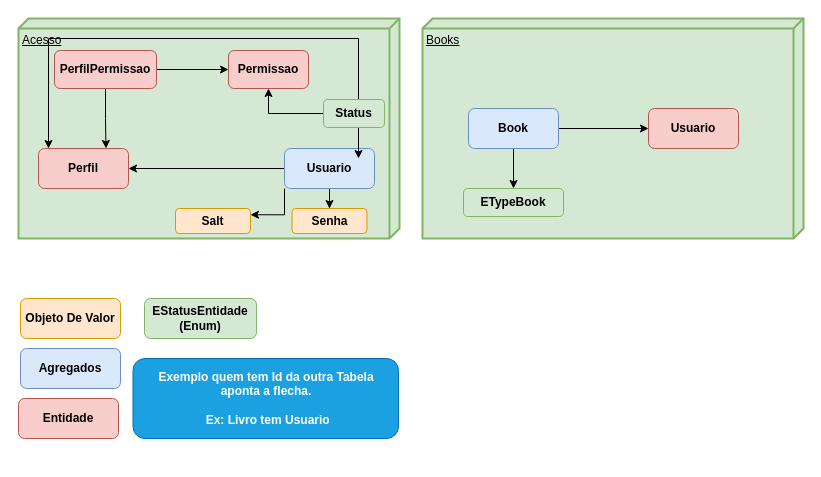
marcospascoski/write-book-backend keeps this draw.io diagram as files/ContextMap/Write-book DDD.drawio. Above is the earlier version. Source tidied: cells renumbered, new cells numbered last; positions are measured from the earlier drawing's top-left corner, leaving out a move shared by most shapes. Both pictures are drawn from the tidied source at 100%, with x=0, y=0 at pixel (18, 18).
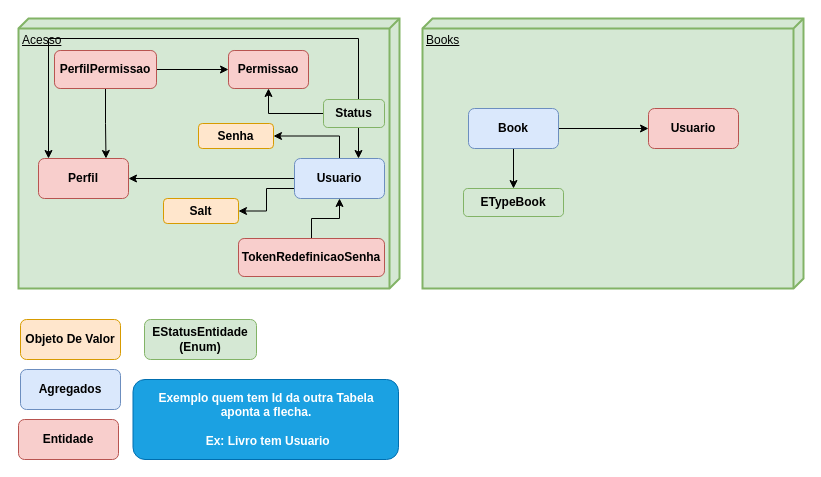
The same page after the edit.

What changed in the source:
```diff
@@
     <mxCell id="2" value="Acesso" style="verticalAlign=top;align=left;spacingTop=8;spacingLeft=2;spacingRight=12;shape=cube;size=10;direction=south;fontStyle=4;html=1;fillColor=#d5e8d4;strokeColor=#82b366;strokeWidth=2;" parent="1" vertex="1">
-      <mxGeometry width="381" height="220" as="geometry" />
+      <mxGeometry width="381" height="270" as="geometry" />
     </mxCell>
@@
+    <mxCell id="5" style="edgeStyle=orthogonalEdgeStyle;rounded=0;jettySize=auto;html=1;exitX=0;exitY=0.75;exitDx=0;exitDy=0;" parent="1" edge="1" source="6" target="22">
+      <mxGeometry relative="1" as="geometry" />
+    </mxCell>
-    <mxCell id="4" style="edgeStyle=orthogonalEdgeStyle;rounded=0;jettySize=auto;html=1;" parent="1" edge="1" source="6" target="12">
+    <mxCell id="4" style="edgeStyle=orthogonalEdgeStyle;rounded=0;jettySize=auto;html=1;exitX=0.5;exitY=0;exitDx=0;exitDy=0;entryX=1;entryY=0.5;entryDx=0;entryDy=0;" parent="1" edge="1" source="6" target="12">
       <mxGeometry relative="1" as="geometry" />
     </mxCell>
-    <mxCell id="5" style="edgeStyle=orthogonalEdgeStyle;rounded=0;jettySize=auto;html=1;exitX=0;exitY=1;exitDx=0;exitDy=0;entryX=1;entryY=0.25;entryDx=0;entryDy=0;" parent="1" edge="1" source="6" target="22">
-      <mxGeometry relative="1" as="geometry" />
-    </mxCell>
     <mxCell id="6" value="&lt;span style=&quot;text-wrap: nowrap;&quot;&gt;&lt;b&gt;Usuario&lt;/b&gt;&lt;/span&gt;" style="rounded=1;whiteSpace=wrap;html=1;fillColor=#dae8fc;strokeColor=#6c8ebf;" parent="1" vertex="1">
-      <mxGeometry x="266" y="130" width="90" height="40" as="geometry" />
+      <mxGeometry x="276" y="140" width="90" height="40" as="geometry" />
     </mxCell>
     <mxCell id="7" value="&lt;span style=&quot;text-wrap: nowrap;&quot;&gt;&lt;b&gt;Perfil&lt;/b&gt;&lt;/span&gt;" style="rounded=1;whiteSpace=wrap;html=1;fillColor=#f8cecc;strokeColor=#b85450;" parent="1" vertex="1">
-      <mxGeometry x="20" y="130" width="90" height="40" as="geometry" />
+      <mxGeometry x="20" y="140" width="90" height="40" as="geometry" />
     </mxCell>
@@
     <mxCell id="12" value="&lt;span style=&quot;text-wrap: nowrap;&quot;&gt;&lt;b&gt;Senha&lt;/b&gt;&lt;/span&gt;" style="rounded=1;whiteSpace=wrap;html=1;fillColor=#ffe6cc;strokeColor=#d79b00;" parent="1" vertex="1">
-      <mxGeometry x="273.5" y="190" width="75" height="25" as="geometry" />
+      <mxGeometry x="180" y="105" width="75" height="25" as="geometry" />
     </mxCell>
@@
     <mxCell id="17" value="Objeto De Valor" style="rounded=1;whiteSpace=wrap;html=1;fillColor=#ffe6cc;strokeColor=#d79b00;fontStyle=1;" parent="1" vertex="1">
-      <mxGeometry x="2" y="280" width="100" height="40" as="geometry" />
+      <mxGeometry x="2" y="301" width="100" height="40" as="geometry" />
     </mxCell>
     <mxCell id="18" value="Agregados" style="rounded=1;whiteSpace=wrap;html=1;fillColor=#dae8fc;strokeColor=#6c8ebf;fontStyle=1;" parent="1" vertex="1">
-      <mxGeometry x="2" y="330" width="100" height="40" as="geometry" />
+      <mxGeometry x="2" y="351" width="100" height="40" as="geometry" />
     </mxCell>
     <mxCell id="19" value="Entidade" style="rounded=1;whiteSpace=wrap;html=1;fillColor=#f8cecc;strokeColor=#b85450;fontStyle=1;" parent="1" vertex="1">
-      <mxGeometry y="380" width="100" height="40" as="geometry" />
+      <mxGeometry y="401" width="100" height="40" as="geometry" />
     </mxCell>
     <mxCell id="20" value="EStatusEntidade (Enum)" style="rounded=1;whiteSpace=wrap;html=1;fillColor=#d5e8d4;strokeColor=#82b366;fontStyle=1;" parent="1" vertex="1">
-      <mxGeometry x="126" y="280" width="112" height="40" as="geometry" />
+      <mxGeometry x="126" y="301" width="112" height="40" as="geometry" />
     </mxCell>
     <mxCell id="21" value="Exemplo quem tem Id da outra Tabela&lt;br&gt;aponta a flecha.&lt;br&gt;&lt;br&gt;&amp;nbsp;Ex: Livro tem Usuario" style="rounded=1;whiteSpace=wrap;html=1;fontStyle=1;fillColor=#1ba1e2;strokeColor=#006EAF;fontColor=#ffffff;" parent="1" vertex="1">
-      <mxGeometry x="114.5" y="340" width="265.5" height="80" as="geometry" />
+      <mxGeometry x="114.5" y="361" width="265.5" height="80" as="geometry" />
     </mxCell>
     <mxCell id="22" value="&lt;span style=&quot;text-wrap: nowrap;&quot;&gt;&lt;b&gt;Salt&lt;/b&gt;&lt;/span&gt;" style="rounded=1;whiteSpace=wrap;html=1;fillColor=#ffe6cc;strokeColor=#d79b00;" parent="1" vertex="1">
-      <mxGeometry x="157" y="190" width="75" height="25" as="geometry" />
+      <mxGeometry x="145" y="180" width="75" height="25" as="geometry" />
     </mxCell>
     <mxCell id="23" value="Books" style="verticalAlign=top;align=left;spacingTop=8;spacingLeft=2;spacingRight=12;shape=cube;size=10;direction=south;fontStyle=4;html=1;fillColor=#d5e8d4;strokeColor=#82b366;strokeWidth=2;" parent="1" vertex="1">
-      <mxGeometry x="404" width="381" height="220" as="geometry" />
+      <mxGeometry x="404" width="381" height="270" as="geometry" />
     </mxCell>
@@
+    <mxCell id="29" style="edgeStyle=orthogonalEdgeStyle;rounded=0;jettySize=auto;html=1;" parent="1" edge="1" source="30" target="6">
+      <mxGeometry relative="1" as="geometry" />
+    </mxCell>
+    <mxCell id="30" value="TokenRedefinicaoSenha" style="rounded=1;whiteSpace=wrap;html=1;fillColor=#f8cecc;strokeColor=#b85450;fontStyle=1;" parent="1" vertex="1">
+      <mxGeometry x="220" y="220" width="146" height="38" as="geometry" />
+    </mxCell>
```
